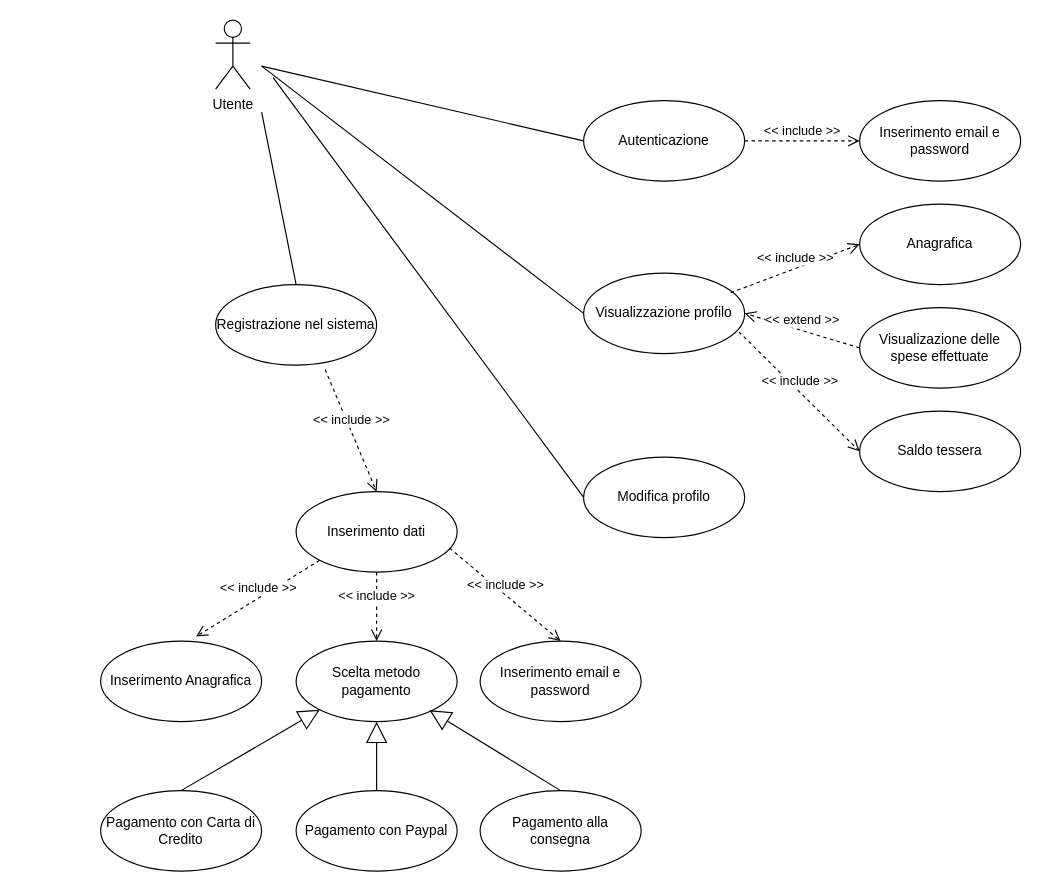
The draw.io diagram UseCaseUtenteGestioneProfilo.drawio in LorenzoMioso/ProgettoIngegneriaDelSoftware, before the edit. Source tidied: cells renumbered, new cells numbered last; positions are measured from the earlier drawing's top-left corner, leaving out a move shared by most shapes. Both pictures are drawn from the tidied source at 115%, with x=0, y=0 at pixel (100, 20).
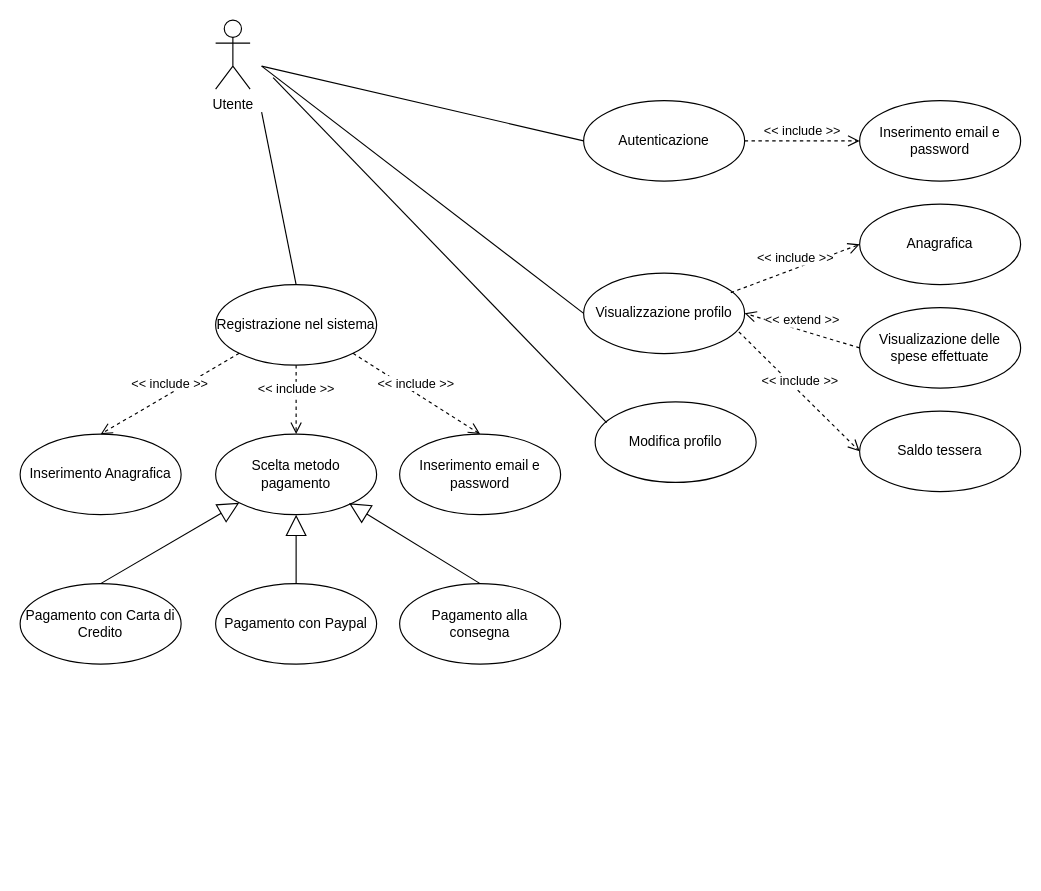
The same diagram, later.

The change refers to these unchanged cells:
```xml
<mxCell id="2" value="Registrazione nel sistema" style="ellipse;whiteSpace=wrap;html=1;" parent="1" vertex="1">
  <mxGeometry x="100" y="230" width="140" height="70" as="geometry" />
</mxCell>
```

What changed in the source:
```diff
@@
     <mxCell id="6" value="Modifica profilo" style="ellipse;whiteSpace=wrap;html=1;" parent="1" vertex="1">
-      <mxGeometry x="420" y="380" width="140" height="70" as="geometry" />
+      <mxGeometry x="430" y="332" width="140" height="70" as="geometry" />
     </mxCell>
@@
-    <mxCell id="11" value="&lt;div&gt;Inserimento dati&lt;/div&gt;" style="ellipse;whiteSpace=wrap;html=1;" parent="1" vertex="1">
-      <mxGeometry x="170" y="410" width="140" height="70" as="geometry" />
-    </mxCell>
-    <mxCell id="12" value="&amp;lt;&amp;lt; include &amp;gt;&amp;gt;" style="html=1;verticalAlign=bottom;endArrow=open;dashed=1;endSize=8;entryX=0.5;entryY=0;entryDx=0;entryDy=0;exitX=0.68;exitY=1.055;exitDx=0;exitDy=0;exitPerimeter=0;" parent="1" edge="1" source="2" target="11">
-      <mxGeometry relative="1" as="geometry" />
-    </mxCell>
@@
-    <mxCell id="16" style="endArrow=none;html=1;entryX=0;entryY=0.5;entryDx=0;entryDy=0;" parent="1" edge="1">
+    <mxCell id="16" style="endArrow=none;html=1;" parent="1" edge="1">
       <mxGeometry relative="1" as="geometry">
         <mxPoint x="150" y="50" as="sourcePoint" />
-        <mxPoint x="420" y="415" as="targetPoint" />
+        <mxPoint x="440" y="350" as="targetPoint" />
       </mxGeometry>
     </mxCell>
@@
     <mxCell id="19" value="Inserimento Anagrafica" style="ellipse;whiteSpace=wrap;html=1;" parent="1" vertex="1">
-      <mxGeometry y="540" width="140" height="70" as="geometry" />
+      <mxGeometry x="-70" y="360" width="140" height="70" as="geometry" />
     </mxCell>
     <mxCell id="20" value="&lt;div&gt;Scelta metodo pagamento&lt;/div&gt;" style="ellipse;whiteSpace=wrap;html=1;" parent="1" vertex="1">
-      <mxGeometry x="170" y="540" width="140" height="70" as="geometry" />
+      <mxGeometry x="100" y="360" width="140" height="70" as="geometry" />
     </mxCell>
-    <mxCell id="21" value="&amp;lt;&amp;lt; include &amp;gt;&amp;gt;" style="html=1;verticalAlign=bottom;endArrow=open;dashed=1;endSize=8;entryX=0.593;entryY=-0.057;entryDx=0;entryDy=0;exitX=0;exitY=1;exitDx=0;exitDy=0;entryPerimeter=0;" parent="1" edge="1" source="11" target="19">
+    <mxCell id="21" value="&amp;lt;&amp;lt; include &amp;gt;&amp;gt;" style="html=1;verticalAlign=bottom;endArrow=open;dashed=1;endSize=8;entryX=0.5;entryY=0;entryDx=0;entryDy=0;exitX=0;exitY=1;exitDx=0;exitDy=0;" parent="1" edge="1" source="2" target="19">
       <mxGeometry relative="1" as="geometry" />
     </mxCell>
-    <mxCell id="22" value="&amp;lt;&amp;lt; include &amp;gt;&amp;gt;" style="html=1;verticalAlign=bottom;endArrow=open;dashed=1;endSize=8;entryX=0.5;entryY=0;entryDx=0;entryDy=0;exitX=0.5;exitY=1;exitDx=0;exitDy=0;" parent="1" edge="1" source="11" target="20">
-      <mxGeometry relative="1" as="geometry" />
+    <mxCell id="22" value="&amp;lt;&amp;lt; include &amp;gt;&amp;gt;" style="html=1;verticalAlign=bottom;endArrow=open;dashed=1;endSize=8;entryX=0.5;entryY=0;entryDx=0;entryDy=0;exitX=0.5;exitY=1;exitDx=0;exitDy=0;" parent="1" edge="1" target="20">
+      <mxGeometry relative="1" as="geometry">
+        <mxPoint x="170" y="300" as="sourcePoint" />
+      </mxGeometry>
     </mxCell>
     <mxCell id="23" value="&lt;div&gt;Inserimento email e password&lt;/div&gt;" style="ellipse;whiteSpace=wrap;html=1;" parent="1" vertex="1">
-      <mxGeometry x="330" y="540" width="140" height="70" as="geometry" />
+      <mxGeometry x="260" y="360" width="140" height="70" as="geometry" />
     </mxCell>
-    <mxCell id="24" value="&amp;lt;&amp;lt; include &amp;gt;&amp;gt;" style="html=1;verticalAlign=bottom;endArrow=open;dashed=1;endSize=8;entryX=0.5;entryY=0;entryDx=0;entryDy=0;exitX=0.953;exitY=0.702;exitDx=0;exitDy=0;exitPerimeter=0;" parent="1" edge="1" source="11" target="23">
+    <mxCell id="24" value="&amp;lt;&amp;lt; include &amp;gt;&amp;gt;" style="html=1;verticalAlign=bottom;endArrow=open;dashed=1;endSize=8;entryX=0.5;entryY=0;entryDx=0;entryDy=0;exitX=1;exitY=1;exitDx=0;exitDy=0;" parent="1" edge="1" source="2" target="23">
       <mxGeometry relative="1" as="geometry" />
     </mxCell>
     <mxCell id="25" value="Pagamento con Carta di Credito" style="ellipse;whiteSpace=wrap;html=1;" parent="1" vertex="1">
-      <mxGeometry y="670" width="140" height="70" as="geometry" />
+      <mxGeometry x="-70" y="490" width="140" height="70" as="geometry" />
     </mxCell>
     <mxCell id="26" value="Pagamento con Paypal" style="ellipse;whiteSpace=wrap;html=1;" parent="1" vertex="1">
-      <mxGeometry x="170" y="670" width="140" height="70" as="geometry" />
+      <mxGeometry x="100" y="490" width="140" height="70" as="geometry" />
     </mxCell>
     <mxCell id="27" value="Pagamento alla consegna" style="ellipse;whiteSpace=wrap;html=1;" parent="1" vertex="1">
-      <mxGeometry x="330" y="670" width="140" height="70" as="geometry" />
+      <mxGeometry x="260" y="490" width="140" height="70" as="geometry" />
     </mxCell>
@@
     <mxCell id="30" style="endArrow=block;endSize=16;endFill=0;html=1;exitX=0.5;exitY=0;exitDx=0;exitDy=0;" parent="1" edge="1" source="27">
       <mxGeometry x="-0.1" y="-44" relative="1" as="geometry">
-        <mxPoint x="286" y="600" as="targetPoint" />
+        <mxPoint x="216" y="420" as="targetPoint" />
       </mxGeometry>
     </mxCell>
```
